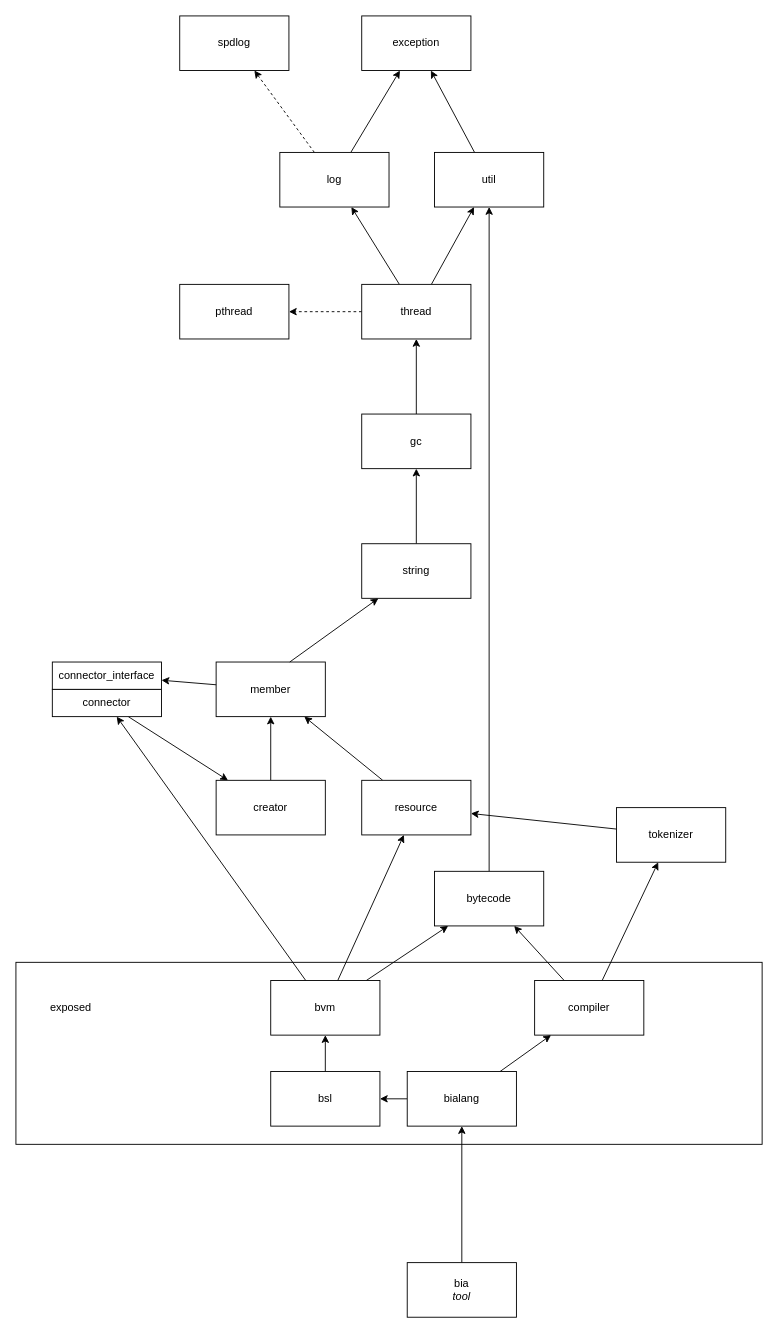
Before: page "Dependencies" (3 of 4) of Components.drawio in bialang/bia, a draw.io diagram. Source tidied: cells renumbered, new cells numbered last; positions are measured from the earlier drawing's top-left corner, leaving out a move shared by most shapes. Both pictures are drawn from the tidied source at 91%, with x=0, y=0 at pixel (15, 15).
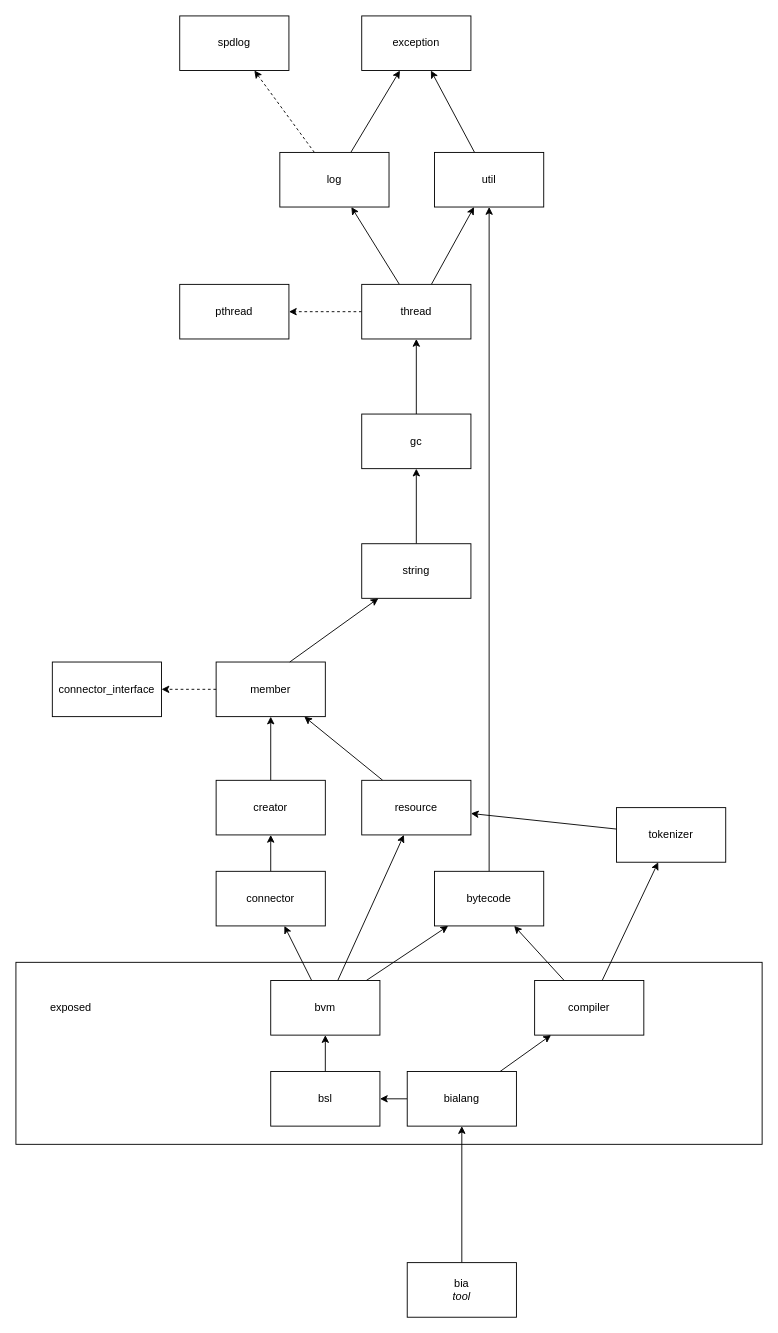
Above is the later version.

The change refers to these unchanged cells:
```xml
<mxCell id="28" value="member" style="rounded=0;whiteSpace=wrap;html=1;" parent="27" vertex="1">
  <mxGeometry width="120" height="60" as="geometry" />
</mxCell>
```

Change to the diagram source:
```diff
@@
     <mxCell id="26" value="connector" style="rounded=0;whiteSpace=wrap;html=1;" parent="1" vertex="1">
-      <mxGeometry x="40" y="740" width="120" height="30" as="geometry" />
+      <mxGeometry x="220" y="940" width="120" height="60" as="geometry" />
     </mxCell>
@@
     <mxCell id="32" value="connector_interface" style="rounded=0;whiteSpace=wrap;html=1;" parent="1" vertex="1">
-      <mxGeometry x="40" y="710" width="120" height="30" as="geometry" />
+      <mxGeometry x="40" y="710" width="120" height="60" as="geometry" />
     </mxCell>
-    <mxCell id="33" style="edgeStyle=none;rounded=0;jettySize=auto;html=1;" parent="1" edge="1" source="28" target="32">
+    <mxCell id="33" style="edgeStyle=none;rounded=0;jettySize=auto;html=1;dashed=1;" parent="1" edge="1" source="28" target="32">
       <mxGeometry relative="1" as="geometry" />
     </mxCell>
```
